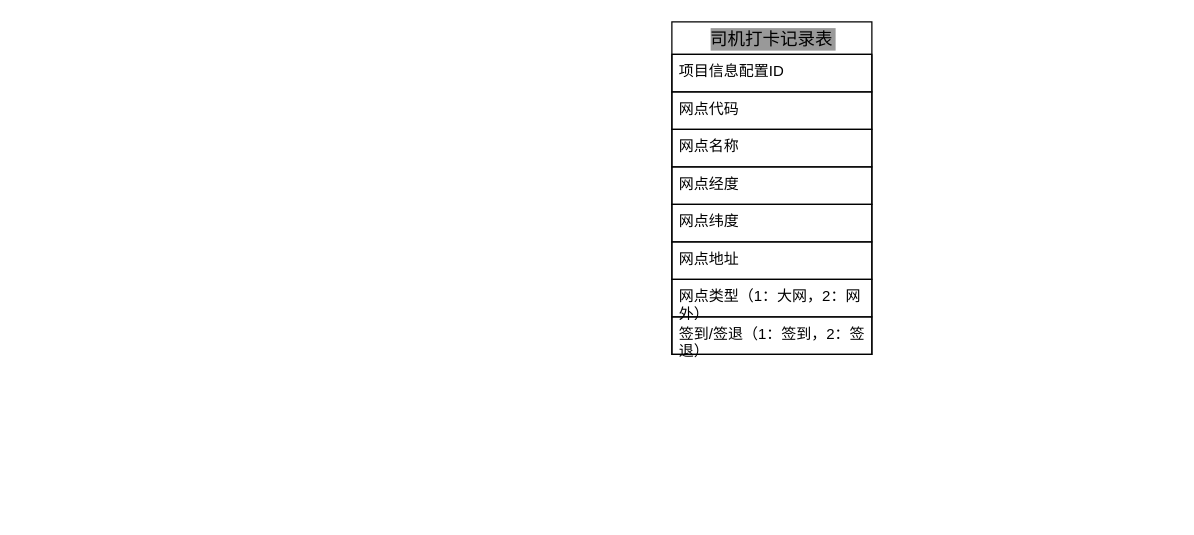
Above: backUp/未命名绘图.drawio in fengpan0403/bak1 (draw.io), before the change. Source tidied: cells renumbered, new cells numbered last; positions are measured from the earlier drawing's top-left corner, leaving out a move shared by most shapes. Both pictures are drawn from the tidied source at 125%, with x=0, y=0 at pixel (671, 21).
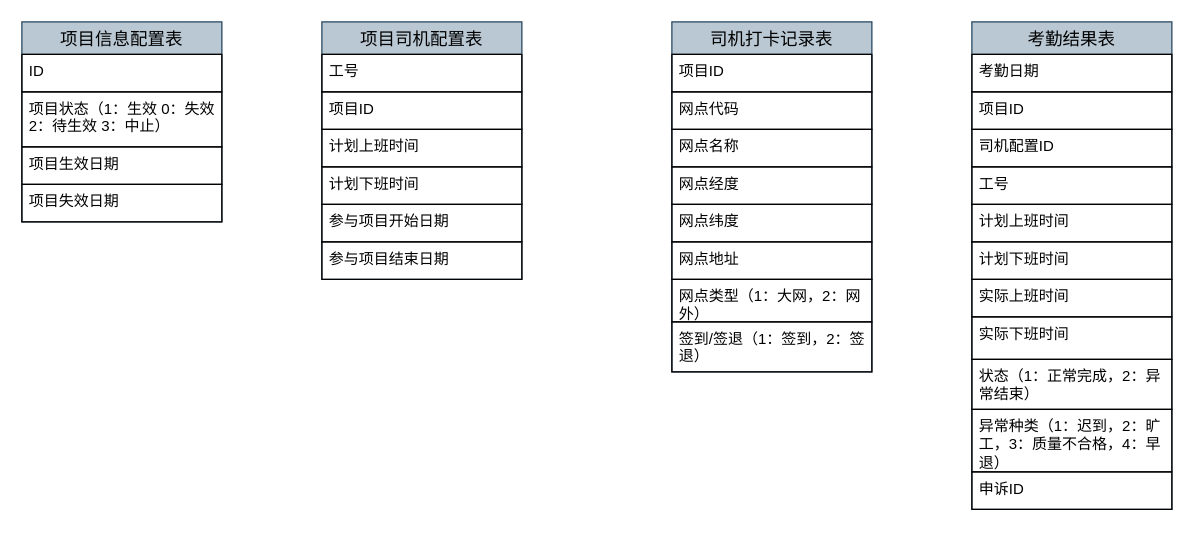
The same page after the edit.

Commit message (it also covers changes not shown here):
更新未命名绘图.drawio

What changed in the source:
```diff
@@
-    <mxCell id="2" value="司机打卡记录表" style="swimlane;fontStyle=0;horizontal=1;startSize=26;align=center;fontSize=14;labelBackgroundColor=#999999;" parent="1" vertex="1">
-      <mxGeometry width="160" height="266" as="geometry" />
+    <mxCell id="2" value="司机打卡记录表" style="swimlane;fontStyle=0;horizontal=1;startSize=26;align=center;fontSize=14;labelBackgroundColor=none;fillColor=#bac8d3;strokeColor=#23445d;" parent="1" vertex="1">
+      <mxGeometry width="160" height="280" as="geometry" />
     </mxCell>
-    <mxCell id="3" value="项目信息配置ID" style="text;strokeColor=default;fillColor=none;spacingLeft=4;spacingRight=4;overflow=hidden;fontSize=12;whiteSpace=wrap;html=1;" parent="2" vertex="1">
+    <mxCell id="3" value="项目ID" style="text;strokeColor=default;fillColor=none;spacingLeft=4;spacingRight=4;overflow=hidden;fontSize=12;whiteSpace=wrap;html=1;" parent="2" vertex="1">
       <mxGeometry y="26" width="160" height="30" as="geometry" />
     </mxCell>
@@
     <mxCell id="9" value="网点类型（1：大网，2：网外）" style="text;strokeColor=default;fillColor=none;spacingLeft=4;spacingRight=4;overflow=hidden;fontSize=12;whiteSpace=wrap;html=1;" parent="2" vertex="1">
-      <mxGeometry y="206" width="160" height="30" as="geometry" />
+      <mxGeometry y="206" width="160" height="34" as="geometry" />
     </mxCell>
     <mxCell id="10" value="签到/签退（1：签到，2：签退）" style="text;strokeColor=default;fillColor=none;spacingLeft=4;spacingRight=4;overflow=hidden;fontSize=12;whiteSpace=wrap;html=1;" parent="2" vertex="1">
-      <mxGeometry y="236" width="160" height="30" as="geometry" />
+      <mxGeometry y="240" width="160" height="40" as="geometry" />
     </mxCell>
+    <mxCell id="11" value="项目信息配置表" style="swimlane;fontStyle=0;horizontal=1;startSize=26;align=center;fontSize=14;labelBackgroundColor=none;fillColor=#bac8d3;strokeColor=#23445d;" parent="1" vertex="1">
+      <mxGeometry x="-520" width="160" height="160" as="geometry" />
+    </mxCell>
+    <mxCell id="12" value="ID" style="text;strokeColor=default;fillColor=none;spacingLeft=4;spacingRight=4;overflow=hidden;fontSize=12;whiteSpace=wrap;html=1;" parent="11" vertex="1">
+      <mxGeometry y="26" width="160" height="30" as="geometry" />
+    </mxCell>
+    <mxCell id="13" value="项目状态（1：生效 0：失效 2：待生效 3：中止）" style="text;strokeColor=default;fillColor=none;spacingLeft=4;spacingRight=4;overflow=hidden;fontSize=12;whiteSpace=wrap;html=1;" parent="11" vertex="1">
+      <mxGeometry y="56" width="160" height="44" as="geometry" />
+    </mxCell>
+    <mxCell id="14" value="项目生效日期" style="text;strokeColor=default;fillColor=none;spacingLeft=4;spacingRight=4;overflow=hidden;fontSize=12;whiteSpace=wrap;html=1;" parent="11" vertex="1">
+      <mxGeometry y="100" width="160" height="30" as="geometry" />
+    </mxCell>
+    <mxCell id="15" value="项目失效日期" style="text;strokeColor=default;fillColor=none;spacingLeft=4;spacingRight=4;overflow=hidden;fontSize=12;whiteSpace=wrap;html=1;" parent="11" vertex="1">
+      <mxGeometry y="130" width="160" height="30" as="geometry" />
+    </mxCell>
+    <mxCell id="16" value="项目司机配置表" style="swimlane;fontStyle=0;horizontal=1;startSize=26;align=center;fontSize=14;labelBackgroundColor=none;fillColor=#bac8d3;strokeColor=#23445d;" parent="1" vertex="1">
+      <mxGeometry x="-280" width="160" height="206" as="geometry" />
+    </mxCell>
+    <mxCell id="17" value="工号" style="text;strokeColor=default;fillColor=none;spacingLeft=4;spacingRight=4;overflow=hidden;fontSize=12;whiteSpace=wrap;html=1;" parent="16" vertex="1">
+      <mxGeometry y="26" width="160" height="30" as="geometry" />
+    </mxCell>
+    <mxCell id="18" value="项目ID" style="text;strokeColor=default;fillColor=none;spacingLeft=4;spacingRight=4;overflow=hidden;fontSize=12;whiteSpace=wrap;html=1;" parent="16" vertex="1">
+      <mxGeometry y="56" width="160" height="30" as="geometry" />
+    </mxCell>
+    <mxCell id="19" value="计划上班时间" style="text;strokeColor=default;fillColor=none;spacingLeft=4;spacingRight=4;overflow=hidden;fontSize=12;whiteSpace=wrap;html=1;" parent="16" vertex="1">
+      <mxGeometry y="86" width="160" height="30" as="geometry" />
+    </mxCell>
+    <mxCell id="20" value="计划下班时间" style="text;strokeColor=default;fillColor=none;spacingLeft=4;spacingRight=4;overflow=hidden;fontSize=12;whiteSpace=wrap;html=1;" parent="16" vertex="1">
+      <mxGeometry y="116" width="160" height="30" as="geometry" />
+    </mxCell>
+    <mxCell id="21" value="参与项目开始日期" style="text;strokeColor=default;fillColor=none;spacingLeft=4;spacingRight=4;overflow=hidden;fontSize=12;whiteSpace=wrap;html=1;" parent="16" vertex="1">
+      <mxGeometry y="146" width="160" height="30" as="geometry" />
+    </mxCell>
+    <mxCell id="22" value="参与项目结束日期" style="text;strokeColor=default;fillColor=none;spacingLeft=4;spacingRight=4;overflow=hidden;fontSize=12;whiteSpace=wrap;html=1;" parent="16" vertex="1">
+      <mxGeometry y="176" width="160" height="30" as="geometry" />
+    </mxCell>
+    <mxCell id="23" value="考勤结果表" style="swimlane;fontStyle=0;horizontal=1;startSize=26;align=center;fontSize=14;labelBackgroundColor=none;fillColor=#bac8d3;strokeColor=#23445d;" parent="1" vertex="1">
+      <mxGeometry x="240" width="160" height="390" as="geometry" />
+    </mxCell>
+    <mxCell id="24" value="考勤日期" style="text;strokeColor=default;fillColor=none;spacingLeft=4;spacingRight=4;overflow=hidden;fontSize=12;whiteSpace=wrap;html=1;" parent="23" vertex="1">
+      <mxGeometry y="26" width="160" height="30" as="geometry" />
+    </mxCell>
+    <mxCell id="25" value="项目ID" style="text;strokeColor=default;fillColor=none;spacingLeft=4;spacingRight=4;overflow=hidden;fontSize=12;whiteSpace=wrap;html=1;" parent="23" vertex="1">
+      <mxGeometry y="56" width="160" height="30" as="geometry" />
+    </mxCell>
+    <mxCell id="26" value="司机配置ID" style="text;strokeColor=default;fillColor=none;spacingLeft=4;spacingRight=4;overflow=hidden;fontSize=12;whiteSpace=wrap;html=1;" parent="23" vertex="1">
+      <mxGeometry y="86" width="160" height="30" as="geometry" />
+    </mxCell>
+    <mxCell id="27" value="工号" style="text;strokeColor=default;fillColor=none;spacingLeft=4;spacingRight=4;overflow=hidden;fontSize=12;whiteSpace=wrap;html=1;" parent="23" vertex="1">
+      <mxGeometry y="116" width="160" height="30" as="geometry" />
+    </mxCell>
+    <mxCell id="28" value="计划上班时间" style="text;strokeColor=default;fillColor=none;spacingLeft=4;spacingRight=4;overflow=hidden;fontSize=12;whiteSpace=wrap;html=1;" parent="23" vertex="1">
+      <mxGeometry y="146" width="160" height="30" as="geometry" />
+    </mxCell>
+    <mxCell id="29" value="计划下班时间" style="text;strokeColor=default;fillColor=none;spacingLeft=4;spacingRight=4;overflow=hidden;fontSize=12;whiteSpace=wrap;html=1;" parent="23" vertex="1">
+      <mxGeometry y="176" width="160" height="30" as="geometry" />
+    </mxCell>
+    <mxCell id="30" value="实际上班时间" style="text;strokeColor=default;fillColor=none;spacingLeft=4;spacingRight=4;overflow=hidden;fontSize=12;whiteSpace=wrap;html=1;" parent="23" vertex="1">
+      <mxGeometry y="206" width="160" height="30" as="geometry" />
+    </mxCell>
+    <mxCell id="31" value="实际下班时间" style="text;strokeColor=default;fillColor=none;spacingLeft=4;spacingRight=4;overflow=hidden;fontSize=12;whiteSpace=wrap;html=1;" parent="23" vertex="1">
+      <mxGeometry y="236" width="160" height="34" as="geometry" />
+    </mxCell>
+    <mxCell id="32" value="状态（1：正常完成，2：异常结束）" style="text;strokeColor=default;fillColor=none;spacingLeft=4;spacingRight=4;overflow=hidden;fontSize=12;whiteSpace=wrap;html=1;" parent="23" vertex="1">
+      <mxGeometry y="270" width="160" height="40" as="geometry" />
+    </mxCell>
+    <mxCell id="33" value="异常种类（1：迟到，2：旷工，3：质量不合格，4：早退）" style="text;strokeColor=default;fillColor=none;spacingLeft=4;spacingRight=4;overflow=hidden;fontSize=12;whiteSpace=wrap;html=1;" parent="23" vertex="1">
+      <mxGeometry y="310" width="160" height="50" as="geometry" />
+    </mxCell>
+    <mxCell id="34" value="申诉ID" style="text;strokeColor=default;fillColor=none;spacingLeft=4;spacingRight=4;overflow=hidden;fontSize=12;whiteSpace=wrap;html=1;" parent="23" vertex="1">
+      <mxGeometry y="360" width="160" height="30" as="geometry" />
+    </mxCell>
```
